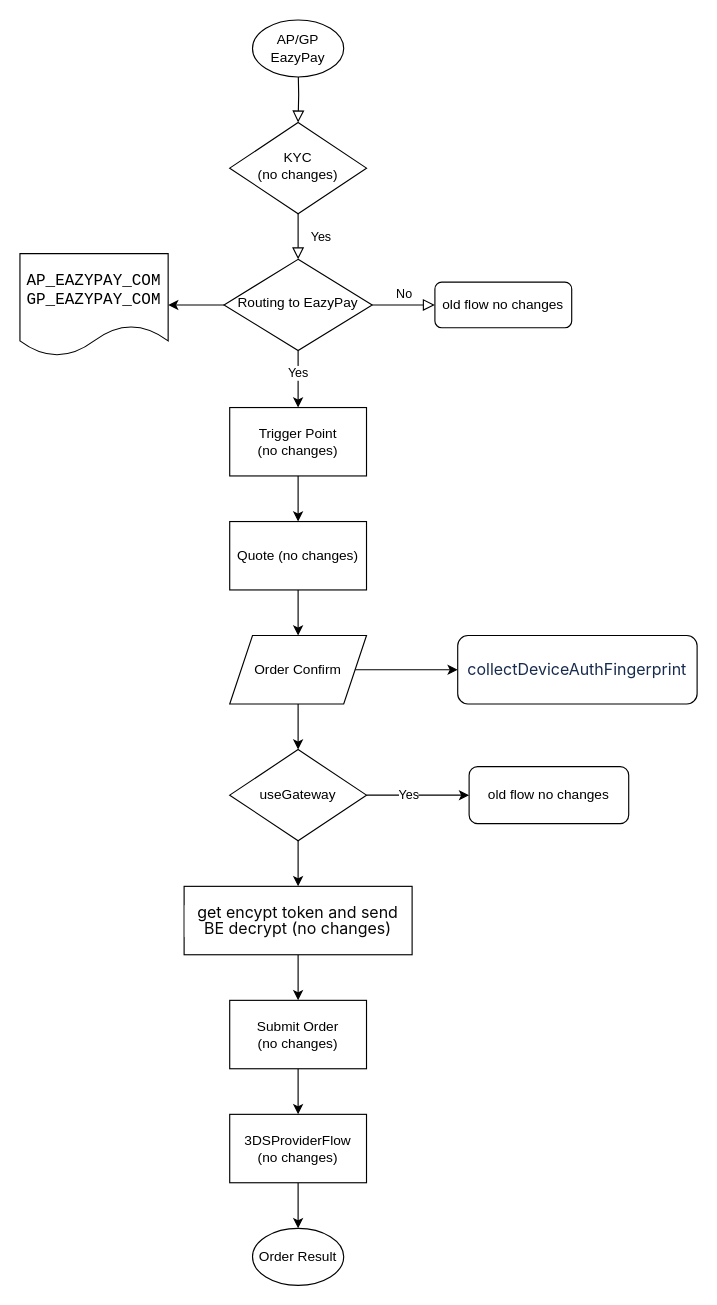
This is Eazy-GooglePay.drawio from alan-y-20230331/for-draw.io, a draw.io file, before an edit. Source tidied: cells renumbered, new cells numbered last; positions are measured from the earlier drawing's top-left corner, leaving out a move shared by most shapes. Both pictures are drawn from the tidied source at 114%, with x=0, y=0 at pixel (19, 19).
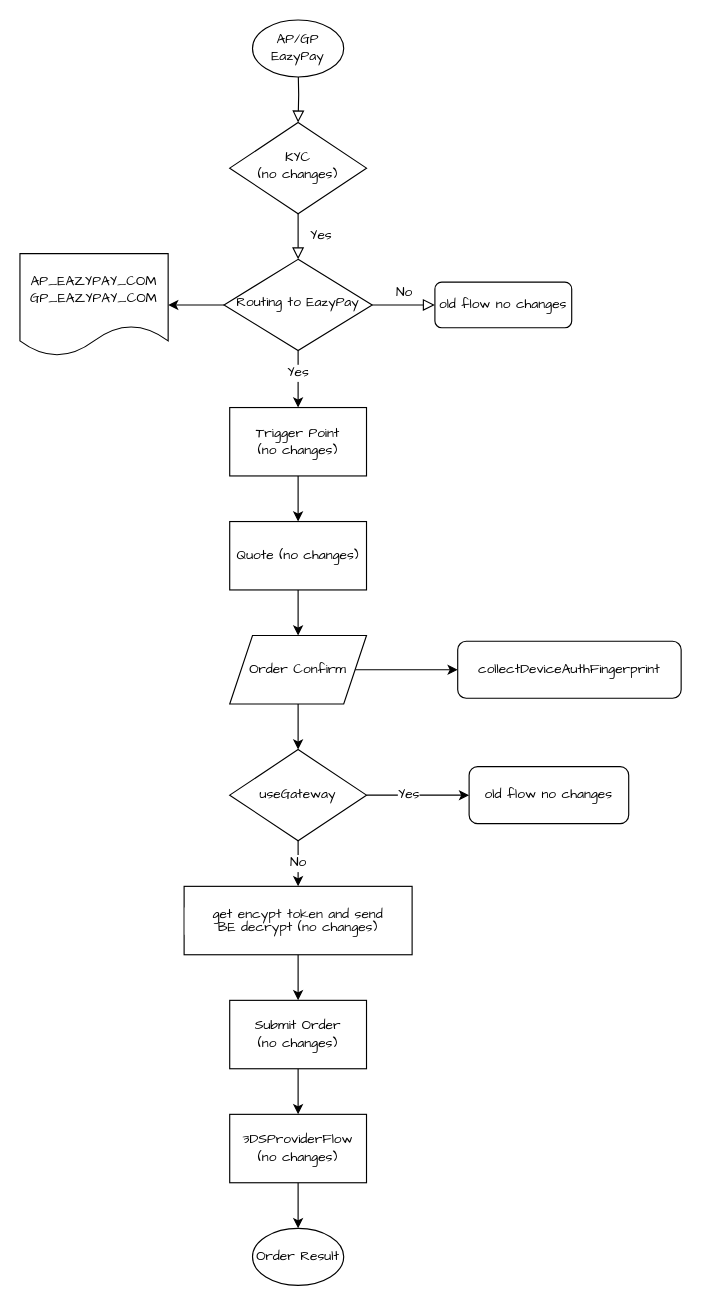
The same diagram, later.

Diff of the diagram source:
```diff
@@
-    <mxCell id="2" style="rounded=0;html=1;jettySize=auto;fontSize=11;endArrow=block;endFill=0;endSize=8;strokeWidth=1;shadow=0;labelBackgroundColor=none;edgeStyle=orthogonalEdgeStyle;" parent="1" edge="1" target="4">
+    <mxCell id="2" style="rounded=0;html=1;jettySize=auto;fontSize=12;endArrow=block;endFill=0;endSize=8;strokeWidth=1;shadow=0;labelBackgroundColor=none;edgeStyle=orthogonalEdgeStyle;fontFamily=Comic Sans MS;" parent="1" edge="1" target="4">
       <mxGeometry relative="1" as="geometry">
         <mxPoint x="244" y="40" as="sourcePoint" />
       </mxGeometry>
     </mxCell>
-    <mxCell id="3" value="Yes" style="rounded=0;html=1;jettySize=auto;fontSize=11;endArrow=block;endFill=0;endSize=8;strokeWidth=1;shadow=0;labelBackgroundColor=none;edgeStyle=orthogonalEdgeStyle;" parent="1" edge="1" source="4" target="9">
+    <mxCell id="3" value="Yes" style="rounded=0;html=1;jettySize=auto;fontSize=12;endArrow=block;endFill=0;endSize=8;strokeWidth=1;shadow=0;labelBackgroundColor=none;edgeStyle=orthogonalEdgeStyle;fontFamily=Comic Sans MS;" parent="1" edge="1" source="4" target="9">
       <mxGeometry y="20" relative="1" as="geometry" />
     </mxCell>
-    <mxCell id="4" value="KYC&lt;div&gt;&lt;span style=&quot;text-wrap-mode: nowrap;&quot;&gt;(no changes)&lt;/span&gt;&lt;/div&gt;" style="rhombus;whiteSpace=wrap;html=1;shadow=0;fontFamily=Helvetica;fontSize=12;align=center;strokeWidth=1;spacing=6;spacingTop=-4;" parent="1" vertex="1">
+    <mxCell id="4" value="KYC&lt;div&gt;&lt;span style=&quot;text-wrap-mode: nowrap;&quot;&gt;(no changes)&lt;/span&gt;&lt;/div&gt;" style="rhombus;whiteSpace=wrap;html=1;shadow=0;fontFamily=Comic Sans MS;fontSize=12;align=center;strokeWidth=1;spacing=6;spacingTop=-4;" parent="1" vertex="1">
       <mxGeometry x="184" y="90" width="120" height="80" as="geometry" />
     </mxCell>
-    <mxCell id="5" value="No" style="edgeStyle=orthogonalEdgeStyle;rounded=0;html=1;jettySize=auto;fontSize=11;endArrow=block;endFill=0;endSize=8;strokeWidth=1;shadow=0;labelBackgroundColor=none;" parent="1" edge="1" source="9" target="10">
+    <mxCell id="5" value="No" style="edgeStyle=orthogonalEdgeStyle;rounded=0;html=1;jettySize=auto;fontSize=12;endArrow=block;endFill=0;endSize=8;strokeWidth=1;shadow=0;labelBackgroundColor=none;fontFamily=Comic Sans MS;" parent="1" edge="1" source="9" target="10">
       <mxGeometry y="10" relative="1" as="geometry" />
     </mxCell>
-    <mxCell id="6" style="edgeStyle=orthogonalEdgeStyle;rounded=0;jettySize=auto;html=1;" parent="1" edge="1" source="9" target="15">
+    <mxCell id="6" style="edgeStyle=orthogonalEdgeStyle;rounded=0;jettySize=auto;html=1;fontSize=12;fontFamily=Comic Sans MS;" parent="1" edge="1" source="9" target="15">
       <mxGeometry relative="1" as="geometry" />
     </mxCell>
-    <mxCell id="7" style="edgeStyle=orthogonalEdgeStyle;rounded=0;jettySize=auto;html=1;" parent="1" edge="1" source="9" target="12">
+    <mxCell id="7" style="edgeStyle=orthogonalEdgeStyle;rounded=0;jettySize=auto;html=1;fontSize=12;fontFamily=Comic Sans MS;" parent="1" edge="1" source="9" target="12">
       <mxGeometry relative="1" as="geometry" />
     </mxCell>
-    <mxCell id="8" value="Yes" style="edgeLabel;html=1;align=center;verticalAlign=middle;" parent="7" vertex="1">
+    <mxCell id="8" value="Yes" style="edgeLabel;html=1;align=center;verticalAlign=middle;fontSize=12;fontFamily=Comic Sans MS;" parent="7" vertex="1">
       <mxGeometry x="-0.24" y="-1" relative="1" as="geometry" />
     </mxCell>
-    <mxCell id="9" value="Routing to EazyPay" style="rhombus;whiteSpace=wrap;html=1;shadow=0;fontFamily=Helvetica;fontSize=12;align=center;strokeWidth=1;spacing=6;spacingTop=-4;" parent="1" vertex="1">
+    <mxCell id="9" value="Routing to EazyPay" style="rhombus;whiteSpace=wrap;html=1;shadow=0;fontFamily=Comic Sans MS;fontSize=12;align=center;strokeWidth=1;spacing=6;spacingTop=-4;" parent="1" vertex="1">
       <mxGeometry x="179" y="210" width="130" height="80" as="geometry" />
     </mxCell>
-    <mxCell id="10" value="old flow n&lt;span style=&quot;text-wrap-mode: nowrap;&quot;&gt;o changes&lt;/span&gt;" style="rounded=1;whiteSpace=wrap;html=1;fontSize=12;glass=0;strokeWidth=1;shadow=0;" parent="1" vertex="1">
+    <mxCell id="10" value="old flow n&lt;span style=&quot;text-wrap-mode: nowrap;&quot;&gt;o changes&lt;/span&gt;" style="rounded=1;whiteSpace=wrap;html=1;fontSize=12;glass=0;strokeWidth=1;shadow=0;fontFamily=Comic Sans MS;" parent="1" vertex="1">
       <mxGeometry x="364" y="230" width="120" height="40" as="geometry" />
     </mxCell>
-    <mxCell id="11" style="edgeStyle=orthogonalEdgeStyle;rounded=0;jettySize=auto;html=1;" parent="1" edge="1" source="12" target="14">
+    <mxCell id="11" style="edgeStyle=orthogonalEdgeStyle;rounded=0;jettySize=auto;html=1;fontSize=12;fontFamily=Comic Sans MS;" parent="1" edge="1" source="12" target="14">
       <mxGeometry relative="1" as="geometry" />
     </mxCell>
-    <mxCell id="12" value="Trigger Point (n&lt;span style=&quot;text-wrap-mode: nowrap;&quot;&gt;o changes&lt;/span&gt;)" style="rounded=0;whiteSpace=wrap;html=1;" parent="1" vertex="1">
+    <mxCell id="12" value="Trigger Point (n&lt;span style=&quot;text-wrap-mode: nowrap;&quot;&gt;o changes&lt;/span&gt;)" style="rounded=0;whiteSpace=wrap;html=1;fontSize=12;fontFamily=Comic Sans MS;" parent="1" vertex="1">
       <mxGeometry x="184" y="340" width="120" height="60" as="geometry" />
     </mxCell>
-    <mxCell id="13" style="edgeStyle=orthogonalEdgeStyle;rounded=0;jettySize=auto;html=1;" parent="1" edge="1" source="14" target="25">
+    <mxCell id="13" style="edgeStyle=orthogonalEdgeStyle;rounded=0;jettySize=auto;html=1;fontSize=12;fontFamily=Comic Sans MS;" parent="1" edge="1" source="14" target="25">
       <mxGeometry relative="1" as="geometry" />
     </mxCell>
-    <mxCell id="14" value="Quote (n&lt;span style=&quot;text-wrap-mode: nowrap;&quot;&gt;o changes&lt;/span&gt;)" style="whiteSpace=wrap;html=1;rounded=0;" parent="1" vertex="1">
+    <mxCell id="14" value="Quote (n&lt;span style=&quot;text-wrap-mode: nowrap;&quot;&gt;o changes&lt;/span&gt;)" style="whiteSpace=wrap;html=1;rounded=0;fontSize=12;fontFamily=Comic Sans MS;" parent="1" vertex="1">
       <mxGeometry x="184" y="440" width="120" height="60" as="geometry" />
     </mxCell>
-    <mxCell id="15" value="&lt;span style=&quot;text-wrap-mode: nowrap; font-family: Consolas, &amp;quot;Bitstream Vera Sans Mono&amp;quot;, &amp;quot;Courier New&amp;quot;, Courier, monospace; font-size: 14px; text-align: left; background-color: rgb(255, 255, 255);&quot;&gt;AP_EAZYPAY_COM&lt;/span&gt;&lt;div style=&quot;text-wrap-mode: nowrap;&quot;&gt;&lt;span style=&quot;font-family: Consolas, &amp;quot;Bitstream Vera Sans Mono&amp;quot;, &amp;quot;Courier New&amp;quot;, Courier, monospace; font-size: 14px; text-align: left; background-color: rgb(255, 255, 255);&quot;&gt;GP_EAZYPAY_COM&lt;/span&gt;&lt;/div&gt;" style="shape=document;whiteSpace=wrap;html=1;boundedLbl=1;" parent="1" vertex="1">
+    <mxCell id="15" value="&lt;span style=&quot;text-wrap-mode: nowrap; text-align: left; background-color: rgb(255, 255, 255);&quot;&gt;AP_EAZYPAY_COM&lt;/span&gt;&lt;div style=&quot;text-wrap-mode: nowrap;&quot;&gt;&lt;span style=&quot;text-align: left; background-color: rgb(255, 255, 255);&quot;&gt;GP_EAZYPAY_COM&lt;/span&gt;&lt;/div&gt;" style="shape=document;whiteSpace=wrap;html=1;boundedLbl=1;fontSize=12;fontFamily=Comic Sans MS;" parent="1" vertex="1">
       <mxGeometry y="205" width="130" height="90" as="geometry" />
     </mxCell>
-    <mxCell id="16" style="edgeStyle=orthogonalEdgeStyle;rounded=0;jettySize=auto;html=1;" parent="1" edge="1" source="19" target="20">
+    <mxCell id="16" style="edgeStyle=orthogonalEdgeStyle;rounded=0;jettySize=auto;html=1;fontSize=12;fontFamily=Comic Sans MS;" parent="1" edge="1" source="19" target="20">
       <mxGeometry relative="1" as="geometry" />
     </mxCell>
-    <mxCell id="17" value="Yes" style="edgeLabel;html=1;align=center;verticalAlign=middle;" parent="16" vertex="1">
+    <mxCell id="17" value="Yes" style="edgeLabel;html=1;align=center;verticalAlign=middle;fontSize=12;fontFamily=Comic Sans MS;" parent="16" vertex="1">
       <mxGeometry x="-0.2" y="1" relative="1" as="geometry" />
     </mxCell>
-    <mxCell id="18" style="edgeStyle=orthogonalEdgeStyle;rounded=0;jettySize=auto;html=1;" parent="1" edge="1" source="19" target="22">
+    <mxCell id="18" value="No" style="edgeStyle=orthogonalEdgeStyle;rounded=0;jettySize=auto;html=1;fontSize=12;fontFamily=Comic Sans MS;" parent="1" edge="1" source="19" target="22">
       <mxGeometry relative="1" as="geometry" />
     </mxCell>
-    <mxCell id="19" value="useGateway" style="rhombus;whiteSpace=wrap;html=1;rounded=0;" parent="1" vertex="1">
+    <mxCell id="19" value="useGateway" style="rhombus;whiteSpace=wrap;html=1;rounded=0;fontSize=12;fontFamily=Comic Sans MS;" parent="1" vertex="1">
       <mxGeometry x="184" y="640" width="120" height="80" as="geometry" />
     </mxCell>
-    <mxCell id="20" value="old flow n&lt;span style=&quot;text-wrap-mode: nowrap;&quot;&gt;o changes&lt;/span&gt;" style="rounded=1;whiteSpace=wrap;html=1;fontSize=12;glass=0;strokeWidth=1;shadow=0;" parent="1" vertex="1">
+    <mxCell id="20" value="old flow n&lt;span style=&quot;text-wrap-mode: nowrap;&quot;&gt;o changes&lt;/span&gt;" style="rounded=1;whiteSpace=wrap;html=1;fontSize=12;glass=0;strokeWidth=1;shadow=0;fontFamily=Comic Sans MS;" parent="1" vertex="1">
       <mxGeometry x="394" y="655" width="140" height="50" as="geometry" />
     </mxCell>
-    <mxCell id="21" style="edgeStyle=orthogonalEdgeStyle;rounded=0;jettySize=auto;html=1;" parent="1" edge="1" source="22" target="28">
+    <mxCell id="21" style="edgeStyle=orthogonalEdgeStyle;rounded=0;jettySize=auto;html=1;fontSize=12;fontFamily=Comic Sans MS;" parent="1" edge="1" source="22" target="28">
       <mxGeometry relative="1" as="geometry" />
     </mxCell>
-    <mxCell id="22" value="&lt;div style=&quot;background-color: rgb(255, 255, 255); color: rgb(8, 8, 8);&quot;&gt;&lt;pre style=&quot;line-height: 100%;&quot;&gt;&lt;pre style=&quot;text-align: center;&quot;&gt;&lt;span style=&quot;color: rgb(0, 0, 0); font-family: -apple-system, &amp;quot;system-ui&amp;quot;, &amp;quot;Segoe UI&amp;quot;, Roboto, Oxygen, Ubuntu, &amp;quot;Fira Sans&amp;quot;, &amp;quot;Droid Sans&amp;quot;, &amp;quot;Helvetica Neue&amp;quot;, sans-serif; font-size: 14px; text-align: left; white-space: normal;&quot;&gt;get&amp;nbsp;&lt;/span&gt;&lt;font face=&quot;-apple-system, system-ui, Segoe UI, Roboto, Oxygen, Ubuntu, Fira Sans, Droid Sans, Helvetica Neue, sans-serif&quot;&gt;&lt;span style=&quot;font-size: 14px; white-space: normal;&quot;&gt;encypt token and send BE&amp;nbsp;decrypt (no changes)&lt;/span&gt;&lt;/font&gt;&lt;/pre&gt;&lt;/pre&gt;&lt;/div&gt;" style="html=1;rounded=0;align=center;whiteSpace=wrap;" parent="1" vertex="1">
+    <mxCell id="22" value="&lt;div style=&quot;background-color: rgb(255, 255, 255); color: rgb(8, 8, 8);&quot;&gt;&lt;div style=&quot;line-height: 100%;&quot;&gt;&lt;div style=&quot;text-align: center;&quot;&gt;&lt;span style=&quot;color: rgb(0, 0, 0); text-align: left; white-space: normal;&quot;&gt;get&amp;nbsp;&lt;/span&gt;&lt;font&gt;&lt;span style=&quot;white-space: normal;&quot;&gt;encypt token and send BE&amp;nbsp;decrypt (no changes)&lt;/span&gt;&lt;/font&gt;&lt;/div&gt;&lt;/div&gt;&lt;/div&gt;" style="html=1;rounded=0;align=center;whiteSpace=wrap;fontSize=12;fontFamily=Comic Sans MS;" parent="1" vertex="1">
       <mxGeometry x="144" y="760" width="200" height="60" as="geometry" />
     </mxCell>
-    <mxCell id="23" style="edgeStyle=orthogonalEdgeStyle;rounded=0;jettySize=auto;html=1;" parent="1" edge="1" source="25">
+    <mxCell id="23" style="edgeStyle=orthogonalEdgeStyle;rounded=0;jettySize=auto;html=1;fontSize=12;fontFamily=Comic Sans MS;" parent="1" edge="1" source="25">
       <mxGeometry relative="1" as="geometry">
         <mxPoint x="384" y="570" as="targetPoint" />
       </mxGeometry>
     </mxCell>
-    <mxCell id="24" style="edgeStyle=orthogonalEdgeStyle;rounded=0;jettySize=auto;html=1;" parent="1" edge="1" source="25" target="19">
+    <mxCell id="24" style="edgeStyle=orthogonalEdgeStyle;rounded=0;jettySize=auto;html=1;fontSize=12;fontFamily=Comic Sans MS;" parent="1" edge="1" source="25" target="19">
       <mxGeometry relative="1" as="geometry" />
     </mxCell>
-    <mxCell id="25" value="Order Confirm" style="shape=parallelogram;perimeter=parallelogramPerimeter;whiteSpace=wrap;html=1;fixedSize=1;" parent="1" vertex="1">
+    <mxCell id="25" value="Order Confirm" style="shape=parallelogram;perimeter=parallelogramPerimeter;whiteSpace=wrap;html=1;fixedSize=1;fontSize=12;fontFamily=Comic Sans MS;" parent="1" vertex="1">
       <mxGeometry x="184" y="540" width="120" height="60" as="geometry" />
     </mxCell>
-    <mxCell id="26" value="&lt;span style=&quot;color: rgb(23, 43, 77); font-family: -apple-system, &amp;quot;system-ui&amp;quot;, &amp;quot;Segoe UI&amp;quot;, Roboto, Oxygen, Ubuntu, &amp;quot;Fira Sans&amp;quot;, &amp;quot;Droid Sans&amp;quot;, &amp;quot;Helvetica Neue&amp;quot;, sans-serif; font-size: 14px; text-align: left; background-color: rgb(255, 255, 255);&quot;&gt;collectDeviceAuthFingerprint&lt;/span&gt;" style="rounded=1;whiteSpace=wrap;html=1;" parent="1" vertex="1">
-      <mxGeometry x="384" y="540" width="210" height="60" as="geometry" />
+    <mxCell id="26" value="&lt;div style=&quot;text-align: left;&quot;&gt;&lt;font&gt;collectDeviceAuthFingerprint&lt;/font&gt;&lt;/div&gt;" style="rounded=1;whiteSpace=wrap;html=1;fontSize=12;fontFamily=Comic Sans MS;" parent="1" vertex="1">
+      <mxGeometry x="384" y="545" width="196" height="50" as="geometry" />
     </mxCell>
-    <mxCell id="27" style="edgeStyle=orthogonalEdgeStyle;rounded=0;jettySize=auto;html=1;" parent="1" edge="1" source="28" target="30">
+    <mxCell id="27" style="edgeStyle=orthogonalEdgeStyle;rounded=0;jettySize=auto;html=1;fontSize=12;fontFamily=Comic Sans MS;" parent="1" edge="1" source="28" target="30">
       <mxGeometry relative="1" as="geometry" />
     </mxCell>
-    <mxCell id="28" value="Submit Order&lt;br&gt;(no changes)" style="whiteSpace=wrap;html=1;rounded=0;" parent="1" vertex="1">
+    <mxCell id="28" value="Submit Order&lt;br&gt;(no changes)" style="whiteSpace=wrap;html=1;rounded=0;fontSize=12;fontFamily=Comic Sans MS;" parent="1" vertex="1">
       <mxGeometry x="184" y="860" width="120" height="60" as="geometry" />
     </mxCell>
-    <mxCell id="29" style="edgeStyle=orthogonalEdgeStyle;rounded=0;jettySize=auto;html=1;" parent="1" edge="1" source="30" target="31">
+    <mxCell id="29" style="edgeStyle=orthogonalEdgeStyle;rounded=0;jettySize=auto;html=1;fontSize=12;fontFamily=Comic Sans MS;" parent="1" edge="1" source="30" target="31">
       <mxGeometry relative="1" as="geometry" />
     </mxCell>
-    <mxCell id="30" value="3DSProviderFlow&lt;br&gt;(no changes)" style="whiteSpace=wrap;html=1;rounded=0;" parent="1" vertex="1">
+    <mxCell id="30" value="3DSProviderFlow&lt;br&gt;(no changes)" style="whiteSpace=wrap;html=1;rounded=0;fontSize=12;fontFamily=Comic Sans MS;" parent="1" vertex="1">
       <mxGeometry x="184" y="960" width="120" height="60" as="geometry" />
     </mxCell>
-    <mxCell id="31" value="Order Result" style="ellipse;whiteSpace=wrap;html=1;rounded=0;" parent="1" vertex="1">
+    <mxCell id="31" value="Order Result" style="ellipse;whiteSpace=wrap;html=1;rounded=0;fontSize=12;fontFamily=Comic Sans MS;" parent="1" vertex="1">
       <mxGeometry x="204" y="1060" width="80" height="50" as="geometry" />
     </mxCell>
-    <mxCell id="32" value="AP/GP EazyPay" style="ellipse;whiteSpace=wrap;html=1;rounded=0;" parent="1" vertex="1">
+    <mxCell id="32" value="AP/GP EazyPay" style="ellipse;whiteSpace=wrap;html=1;rounded=0;fontSize=12;fontFamily=Comic Sans MS;" parent="1" vertex="1">
       <mxGeometry x="204" width="80" height="50" as="geometry" />
     </mxCell>
```
